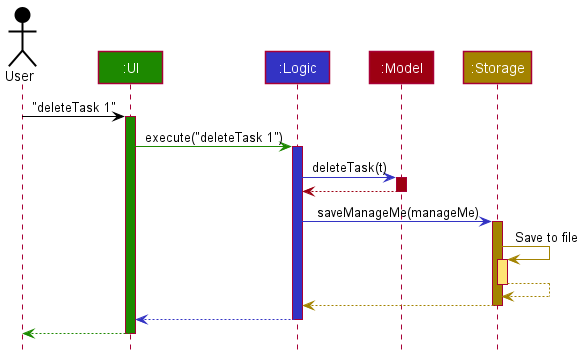
Earlier version of the PlantUML export docs/images/ArchitectureSequenceDiagram.png (zhangchengchuan/tp-1).
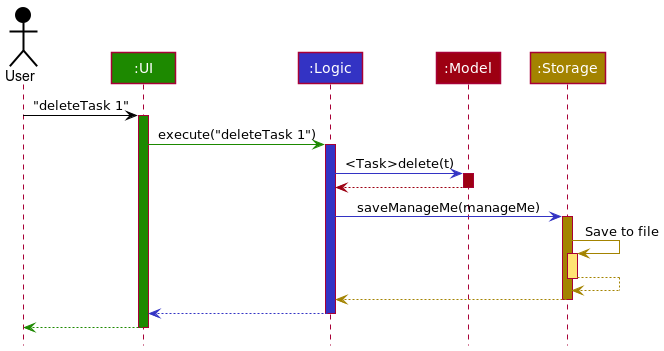
After the change.

The edit, as a diff of the source:
```diff
@@ -13,7 +13,7 @@
 ui -[UI_COLOR]> logic : execute("deleteTask 1")
 activate logic LOGIC_COLOR
 
-logic -[LOGIC_COLOR]> model : deleteTask(t)
+logic -[LOGIC_COLOR]> model : <Task>delete(t)
 activate model MODEL_COLOR
 
 model -[MODEL_COLOR]-> logic
```
